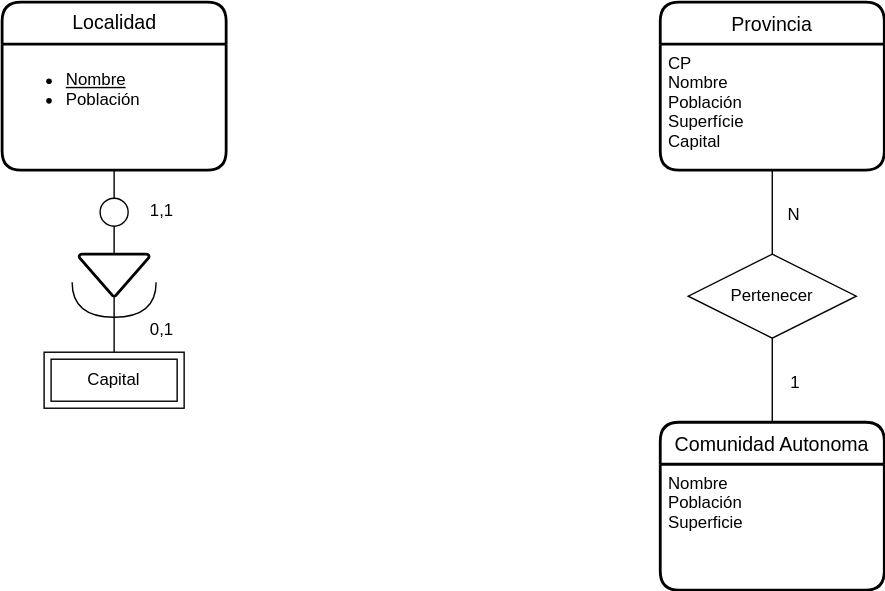
Above: UD12-3.svg in Jimxx22/C3-UD11-UML (draw.io), before the change. Source tidied: cells renumbered, new cells last; positions are measured from the earlier drawing's top-left corner, leaving out a move shared by most shapes.
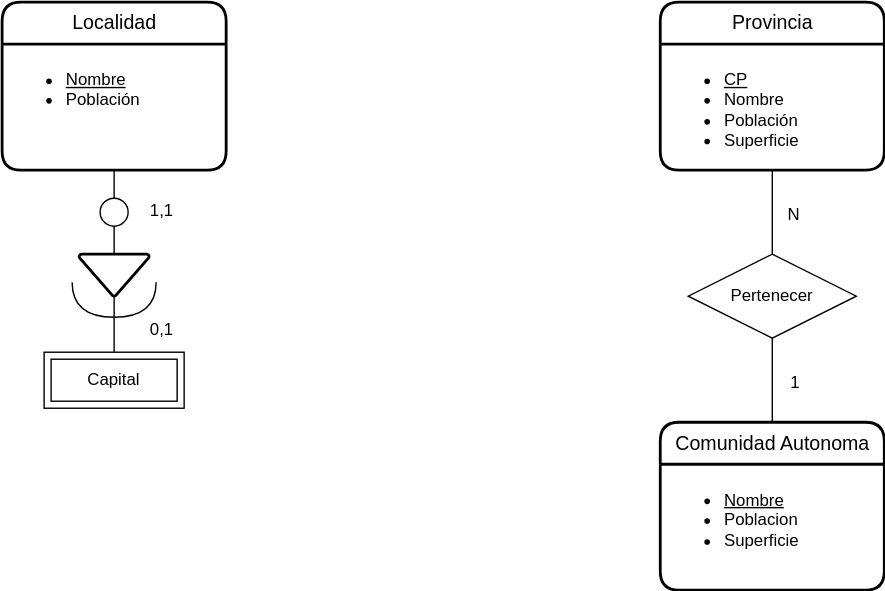
Later version of the same file.

Diff of the diagram source:
```diff
@@ -8,21 +8,9 @@
     <mxCell id="3" value="&lt;ul&gt;&lt;li&gt;&lt;u&gt;Nombre&lt;/u&gt;&lt;/li&gt;&lt;li&gt;Población&lt;/li&gt;&lt;/ul&gt;" style="align=left;strokeColor=none;fillColor=none;spacingLeft=4;fontSize=12;verticalAlign=top;rounded=0;glass=0;html=1;" parent="2" vertex="1">
       <mxGeometry y="30" width="160" height="90" as="geometry" />
     </mxCell>
-    <mxCell id="4" value="Comunidad Autonoma" style="swimlane;horizontal=1;startSize=30;rounded=1;fontSize=14;fontStyle=0;strokeWidth=2;shadow=0;dashed=0;align=center;" parent="1" vertex="1">
-      <mxGeometry x="470" y="300" width="160" height="120" as="geometry" />
-    </mxCell>
-    <mxCell id="5" value="Nombre&#10;Población&#10;Superficie" style="align=left;strokeColor=none;fillColor=none;spacingLeft=4;fontSize=12;verticalAlign=top;" parent="4" vertex="1">
-      <mxGeometry y="30" width="160" height="90" as="geometry" />
-    </mxCell>
     <mxCell id="6" value="Capital" style="shape=ext;margin=3;double=1;whiteSpace=wrap;html=1;align=center;rounded=0;glass=0;fillColor=none;" parent="1" vertex="1">
       <mxGeometry x="30" y="250" width="100" height="40" as="geometry" />
     </mxCell>
-    <mxCell id="7" value="Provincia" style="swimlane;horizontal=1;startSize=30;rounded=1;fontSize=14;fontStyle=0;strokeWidth=2;shadow=0;dashed=0;align=center;html=0;" parent="1" vertex="1">
-      <mxGeometry x="470" width="160" height="120" as="geometry" />
-    </mxCell>
-    <mxCell id="8" value="CP&#10;Nombre&#10;Población&#10;Superfície&#10;Capital&#10;&#10;&#10;&#10;&#10;" style="align=left;strokeColor=none;fillColor=none;spacingLeft=4;fontSize=12;verticalAlign=top;html=0;" parent="7" vertex="1">
-      <mxGeometry y="30" width="160" height="90" as="geometry" />
-    </mxCell>
     <mxCell id="9" style="endArrow=none;html=1;rounded=0;exitX=0.5;exitY=1;exitDx=0;exitDy=0;entryX=0.5;entryY=0;entryDx=0;entryDy=0;entryPerimeter=0;" parent="1" edge="1" source="3" target="17">
       <mxGeometry relative="1" as="geometry" />
     </mxCell>
@@ -43,7 +31,7 @@
     <mxCell id="14" style="edgeStyle=orthogonalEdgeStyle;rounded=0;jettySize=auto;html=1;endArrow=none;endFill=0;exitX=0.5;exitY=1;exitDx=0;exitDy=0;exitPerimeter=0;" parent="1" edge="1" source="17" target="11">
       <mxGeometry relative="1" as="geometry" />
     </mxCell>
-    <mxCell id="15" style="endArrow=none;html=1;rounded=0;entryX=0.5;entryY=1;entryDx=0;entryDy=0;exitX=0.5;exitY=0;exitDx=0;exitDy=0;" parent="1" edge="1" source="10" target="8">
+    <mxCell id="15" style="endArrow=none;html=1;rounded=0;entryX=0.5;entryY=1;entryDx=0;entryDy=0;exitX=0.5;exitY=0;exitDx=0;exitDy=0;" parent="1" edge="1" source="10" target="22">
       <mxGeometry relative="1" as="geometry" />
     </mxCell>
     <mxCell id="16" value="N" style="html=1;align=right;verticalAlign=bottom;" parent="15" vertex="1">
@@ -66,5 +54,17 @@
     <mxCell id="21" value="0,1" style="text;strokeColor=none;fillColor=none;spacingLeft=4;spacingRight=4;overflow=hidden;fontSize=12;rounded=0;glass=0;html=1;" parent="1" vertex="1">
       <mxGeometry x="100" y="220" width="40" height="30" as="geometry" />
     </mxCell>
+    <mxCell id="7" value="Provincia" style="swimlane;horizontal=1;startSize=30;rounded=1;fontSize=14;fontStyle=0;strokeWidth=2;shadow=0;dashed=0;align=center;glass=0;fillColor=none;html=1;" parent="1" vertex="1">
+      <mxGeometry x="470" width="160" height="120" as="geometry" />
+    </mxCell>
+    <mxCell id="22" value="&lt;ul&gt;&lt;li&gt;&lt;u&gt;CP&lt;/u&gt;&lt;/li&gt;&lt;li&gt;Nombre&lt;/li&gt;&lt;li&gt;Población&lt;/li&gt;&lt;li&gt;Superficie&lt;/li&gt;&lt;/ul&gt;" style="align=left;strokeColor=none;fillColor=none;spacingLeft=4;fontSize=12;verticalAlign=top;rounded=0;glass=0;html=1;" parent="7" vertex="1">
+      <mxGeometry y="30" width="160" height="90" as="geometry" />
+    </mxCell>
+    <mxCell id="4" value="Comunidad Autonoma" style="swimlane;horizontal=1;startSize=30;rounded=1;fontSize=14;fontStyle=0;strokeWidth=2;shadow=0;dashed=0;align=center;glass=0;fillColor=none;html=1;" parent="1" vertex="1">
+      <mxGeometry x="470" y="300" width="160" height="120" as="geometry" />
+    </mxCell>
+    <mxCell id="23" value="&lt;ul&gt;&lt;li&gt;&lt;u&gt;Nombre&lt;/u&gt;&lt;/li&gt;&lt;li&gt;Poblacion&lt;/li&gt;&lt;li&gt;&lt;span style=&quot;background-color: initial;&quot;&gt;Superficie&lt;/span&gt;&lt;br&gt;&lt;/li&gt;&lt;/ul&gt;" style="align=left;strokeColor=none;fillColor=none;spacingLeft=4;fontSize=12;verticalAlign=top;rounded=0;glass=0;html=1;" parent="4" vertex="1">
+      <mxGeometry y="30" width="160" height="90" as="geometry" />
+    </mxCell>
   </root>
 </mxGraphModel>
```
